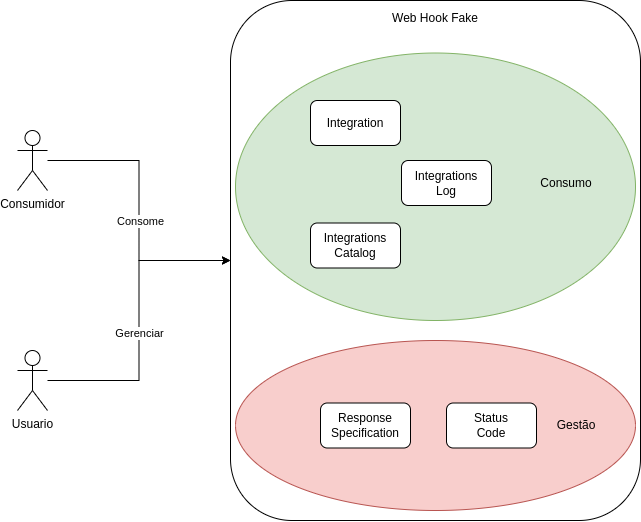
Before: img/contextos_negocio.png, a diagram exported from draw.io (joleques/proposta-arq). Source tidied: cells renumbered, new cells last; positions are measured from the earlier drawing's top-left corner, leaving out a move shared by most shapes. Source of this version:
```xml
<mxGraphModel>
  <root>
    <mxCell id="0" />
    <mxCell id="1" parent="0" />
    <mxCell id="2" style="rounded=1;whiteSpace=wrap;html=1;align=left;" parent="1" vertex="1">
      <mxGeometry x="213" width="410" height="520" as="geometry" />
    </mxCell>
    <mxCell id="3" style="ellipse;whiteSpace=wrap;html=1;fillColor=#f8cecc;strokeColor=#b85450;" parent="1" vertex="1">
      <mxGeometry x="218" y="340" width="400" height="170" as="geometry" />
    </mxCell>
    <mxCell id="4" style="ellipse;whiteSpace=wrap;html=1;fillColor=#d5e8d4;strokeColor=#82b366;" parent="1" vertex="1">
      <mxGeometry x="218" y="52.5" width="400" height="267.5" as="geometry" />
    </mxCell>
    <mxCell id="5" style="edgeStyle=orthogonalEdgeStyle;rounded=0;jettySize=auto;html=1;" parent="1" edge="1" source="7" target="2">
      <mxGeometry relative="1" as="geometry" />
    </mxCell>
    <mxCell id="6" value="Gerenciar" style="edgeLabel;html=1;align=center;verticalAlign=middle;" parent="5" vertex="1">
      <mxGeometry x="-0.23" relative="1" as="geometry">
        <mxPoint y="-23" as="offset" />
      </mxGeometry>
    </mxCell>
    <mxCell id="7" value="Usuario" style="shape=umlActor;verticalLabelPosition=bottom;verticalAlign=top;html=1;outlineConnect=0;" parent="1" vertex="1">
      <mxGeometry y="350" width="30" height="60" as="geometry" />
    </mxCell>
    <mxCell id="8" value="Consumidor" style="shape=umlActor;verticalLabelPosition=bottom;verticalAlign=top;html=1;outlineConnect=0;" parent="1" vertex="1">
      <mxGeometry y="130" width="30" height="60" as="geometry" />
    </mxCell>
    <mxCell id="9" value="Status&lt;br&gt;Code" style="rounded=1;whiteSpace=wrap;html=1;" parent="1" vertex="1">
      <mxGeometry x="429" y="402.5" width="90" height="45" as="geometry" />
    </mxCell>
    <mxCell id="10" value="Integrations Catalog" style="rounded=1;whiteSpace=wrap;html=1;" parent="1" vertex="1">
      <mxGeometry x="293" y="222.5" width="90" height="45" as="geometry" />
    </mxCell>
    <mxCell id="11" value="Response Specification" style="rounded=1;whiteSpace=wrap;html=1;" parent="1" vertex="1">
      <mxGeometry x="303" y="402.5" width="90" height="45" as="geometry" />
    </mxCell>
    <mxCell id="12" style="edgeStyle=orthogonalEdgeStyle;rounded=0;jettySize=auto;html=1;entryX=0;entryY=0.5;entryDx=0;entryDy=0;" parent="1" edge="1" source="8" target="2">
      <mxGeometry relative="1" as="geometry" />
    </mxCell>
    <mxCell id="13" value="Consome" style="edgeLabel;html=1;align=center;verticalAlign=middle;" parent="12" vertex="1">
      <mxGeometry x="0.34" y="1" relative="1" as="geometry">
        <mxPoint y="-38" as="offset" />
      </mxGeometry>
    </mxCell>
    <mxCell id="14" value="Consumo" style="text;html=1;strokeColor=none;fillColor=none;align=center;verticalAlign=middle;whiteSpace=wrap;rounded=0;" parent="1" vertex="1">
      <mxGeometry x="519" y="167.5" width="60" height="30" as="geometry" />
    </mxCell>
    <mxCell id="15" value="Gestão" style="text;html=1;strokeColor=none;fillColor=none;align=center;verticalAlign=middle;whiteSpace=wrap;rounded=0;" parent="1" vertex="1">
      <mxGeometry x="529" y="410" width="60" height="30" as="geometry" />
    </mxCell>
    <mxCell id="16" value="Integration" style="rounded=1;whiteSpace=wrap;html=1;" parent="1" vertex="1">
      <mxGeometry x="293" y="100" width="90" height="45" as="geometry" />
    </mxCell>
    <mxCell id="17" value="Integrations &lt;br&gt;Log" style="rounded=1;whiteSpace=wrap;html=1;" parent="1" vertex="1">
      <mxGeometry x="384" y="160" width="90" height="45" as="geometry" />
    </mxCell>
    <mxCell id="18" value="Web Hook Fake" style="text;html=1;strokeColor=none;fillColor=none;align=center;verticalAlign=middle;whiteSpace=wrap;rounded=0;" parent="1" vertex="1">
      <mxGeometry x="213" y="2.5" width="410" height="30" as="geometry" />
    </mxCell>
  </root>
</mxGraphModel>
```
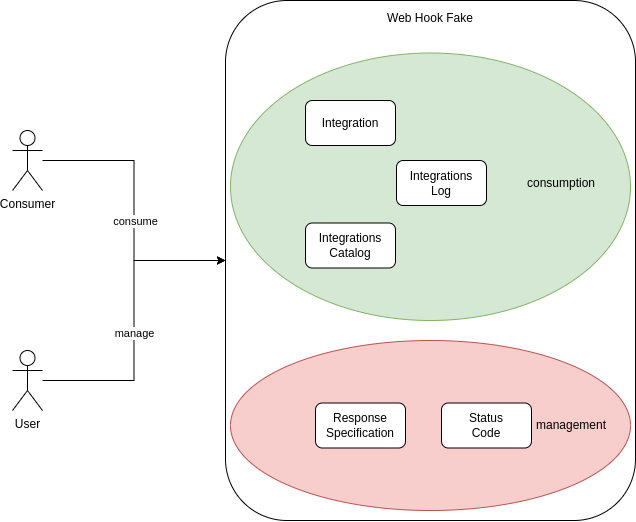
The same file after the commit.

Commit message:
add imagem a etapa 2

What changed in the source:
```diff
@@ -14,15 +14,15 @@
     <mxCell id="5" style="edgeStyle=orthogonalEdgeStyle;rounded=0;jettySize=auto;html=1;" parent="1" edge="1" source="7" target="2">
       <mxGeometry relative="1" as="geometry" />
     </mxCell>
-    <mxCell id="6" value="Gerenciar" style="edgeLabel;html=1;align=center;verticalAlign=middle;" parent="5" vertex="1">
+    <mxCell id="6" value="manage" style="edgeLabel;html=1;align=center;verticalAlign=middle;" parent="5" vertex="1">
       <mxGeometry x="-0.23" relative="1" as="geometry">
         <mxPoint y="-23" as="offset" />
       </mxGeometry>
     </mxCell>
-    <mxCell id="7" value="Usuario" style="shape=umlActor;verticalLabelPosition=bottom;verticalAlign=top;html=1;outlineConnect=0;" parent="1" vertex="1">
+    <mxCell id="7" value="User" style="shape=umlActor;verticalLabelPosition=bottom;verticalAlign=top;html=1;outlineConnect=0;" parent="1" vertex="1">
       <mxGeometry y="350" width="30" height="60" as="geometry" />
     </mxCell>
-    <mxCell id="8" value="Consumidor" style="shape=umlActor;verticalLabelPosition=bottom;verticalAlign=top;html=1;outlineConnect=0;" parent="1" vertex="1">
+    <mxCell id="8" value="Consumer" style="shape=umlActor;verticalLabelPosition=bottom;verticalAlign=top;html=1;outlineConnect=0;" parent="1" vertex="1">
       <mxGeometry y="130" width="30" height="60" as="geometry" />
     </mxCell>
     <mxCell id="9" value="Status&lt;br&gt;Code" style="rounded=1;whiteSpace=wrap;html=1;" parent="1" vertex="1">
@@ -37,15 +37,15 @@
     <mxCell id="12" style="edgeStyle=orthogonalEdgeStyle;rounded=0;jettySize=auto;html=1;entryX=0;entryY=0.5;entryDx=0;entryDy=0;" parent="1" edge="1" source="8" target="2">
       <mxGeometry relative="1" as="geometry" />
     </mxCell>
-    <mxCell id="13" value="Consome" style="edgeLabel;html=1;align=center;verticalAlign=middle;" parent="12" vertex="1">
+    <mxCell id="13" value="consume" style="edgeLabel;html=1;align=center;verticalAlign=middle;" parent="12" vertex="1">
       <mxGeometry x="0.34" y="1" relative="1" as="geometry">
         <mxPoint y="-38" as="offset" />
       </mxGeometry>
     </mxCell>
-    <mxCell id="14" value="Consumo" style="text;html=1;strokeColor=none;fillColor=none;align=center;verticalAlign=middle;whiteSpace=wrap;rounded=0;" parent="1" vertex="1">
+    <mxCell id="14" value="consumption" style="text;html=1;strokeColor=none;fillColor=none;align=center;verticalAlign=middle;whiteSpace=wrap;rounded=0;" parent="1" vertex="1">
       <mxGeometry x="519" y="167.5" width="60" height="30" as="geometry" />
     </mxCell>
-    <mxCell id="15" value="Gestão" style="text;html=1;strokeColor=none;fillColor=none;align=center;verticalAlign=middle;whiteSpace=wrap;rounded=0;" parent="1" vertex="1">
+    <mxCell id="15" value="management" style="text;html=1;strokeColor=none;fillColor=none;align=center;verticalAlign=middle;whiteSpace=wrap;rounded=0;" parent="1" vertex="1">
       <mxGeometry x="529" y="410" width="60" height="30" as="geometry" />
     </mxCell>
     <mxCell id="16" value="Integration" style="rounded=1;whiteSpace=wrap;html=1;" parent="1" vertex="1">
```
